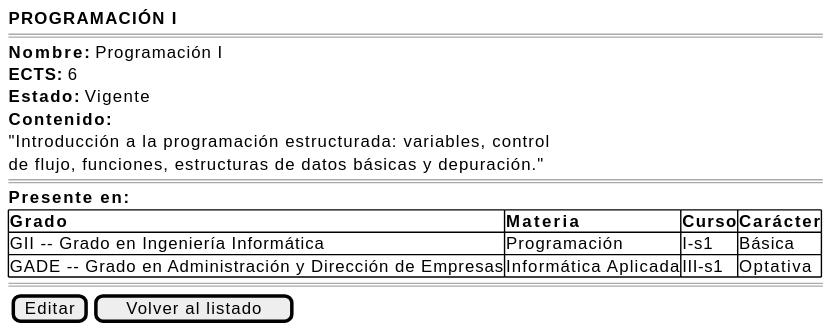
This is images/RUP/01-requisitos/03-detalle-casos-uso/abrirAsignatura/wireframe.svg from mmasias/pyCeldaPublico, a PlantUML export, as it was before one commit. Source of this version:
```plantuml
@startsalt abrirAsignatura-wireframe
{
    <b>PROGRAMACIÓN I</b>
    ====
    <b>Nombre:</b> Programación I
    <b>ECTS:</b> 6
    <b>Estado:</b> Vigente
    <b>Contenido:</b>
    "Introducción a la programación estructurada: variables, control
    de flujo, funciones, estructuras de datos básicas y depuración."
    ====
    <b>Presente en:</b>
    {#
        <b>Grado | <b>Materia | <b>Curso | <b>Carácter
        GII -- Grado en Ingeniería Informática | Programación | I-s1 | Básica
        GADE -- Grado en Administración y Dirección de Empresas | Informática Aplicada | III-s1 | Optativa
    }
    ====
    {[Editar] | [Volver al listado]}
}
@endsalt
```
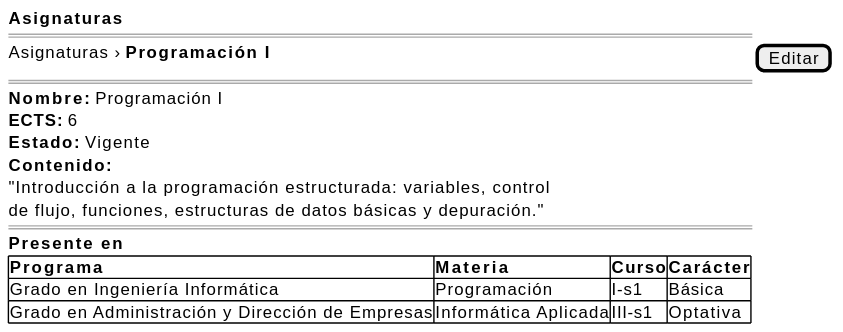
After the change.

What changed in the source:
```diff
@@ -1,6 +1,8 @@
 @startsalt abrirAsignatura-wireframe
 {
-    <b>PROGRAMACIÓN I</b>
+    <b>Asignaturas</b>
+    ====
+    Asignaturas › <b>Programación I</b> | [Editar]
     ====
     <b>Nombre:</b> Programación I
     <b>ECTS:</b> 6
@@ -9,13 +11,11 @@
     "Introducción a la programación estructurada: variables, control
     de flujo, funciones, estructuras de datos básicas y depuración."
     ====
-    <b>Presente en:</b>
+    <b>Presente en</b>
     {#
-        <b>Grado | <b>Materia | <b>Curso | <b>Carácter
-        GII -- Grado en Ingeniería Informática | Programación | I-s1 | Básica
-        GADE -- Grado en Administración y Dirección de Empresas | Informática Aplicada | III-s1 | Optativa
+        <b>Programa | <b>Materia | <b>Curso | <b>Carácter
+        Grado en Ingeniería Informática | Programación | I-s1 | Básica
+        Grado en Administración y Dirección de Empresas | Informática Aplicada | III-s1 | Optativa
     }
-    ====
-    {[Editar] | [Volver al listado]}
 }
 @endsalt
```
